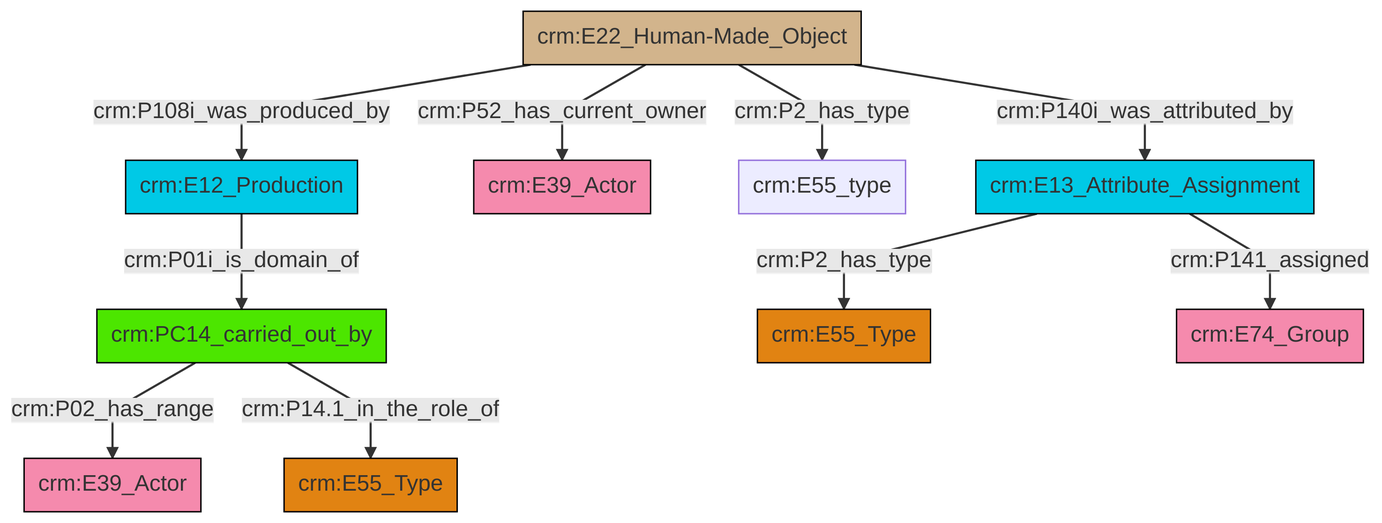
Before: et/builtWorkCSV/ttl/mmd/png/Built_Work_actor_relations.png, a diagram exported from Mermaid (swiss-art-research-net/docs.swissartresearch). Its source is kept beside it as et/builtWorkCSV/ttl/mmd/Built_Work_actor_relations.ttl.mmd.
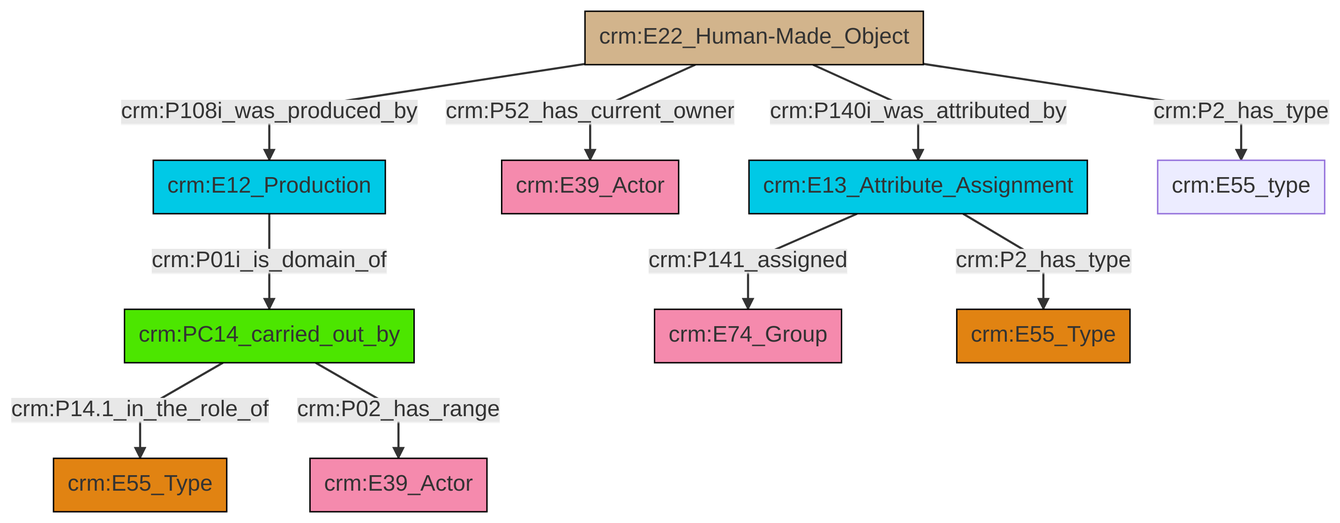
Above is the later version.

What changed in the source:
```diff
@@ -13,12 +13,12 @@
 classDef PC_Classes fill:#4ce600, stroke:#000000;
 classDef Multi fill:#cccccc,stroke:#000000;
 
-2["crm:PC14_carried_out_by"]:::PC_Classes -->|crm:P02_has_range| 3["crm:E39_Actor"]:::Actor
-0["crm:E22_Human-Made_Object"]:::Physical_Thing -->|crm:P140i_was_attributed_by| 4["crm:E13_Attribute_Assignment"]:::Temporal_Entity
-0["crm:E22_Human-Made_Object"]:::Physical_Thing -->|crm:P52_has_current_owner| 5["crm:E39_Actor"]:::Actor
-0["crm:E22_Human-Made_Object"]:::Physical_Thing -->|crm:P2_has_type| 7["crm:E55_type"]:::Default
-0["crm:E22_Human-Made_Object"]:::Physical_Thing -->|crm:P108i_was_produced_by| 9["crm:E12_Production"]:::Temporal_Entity
-9["crm:E12_Production"]:::Temporal_Entity -->|crm:P01i_is_domain_of| 2["crm:PC14_carried_out_by"]:::PC_Classes
-2["crm:PC14_carried_out_by"]:::PC_Classes -->|crm:P14.1_in_the_role_of| 18["crm:E55_Type"]:::Type
-4["crm:E13_Attribute_Assignment"]:::Temporal_Entity -->|crm:P141_assigned| 15["crm:E74_Group"]:::Actor
-4["crm:E13_Attribute_Assignment"]:::Temporal_Entity -->|crm:P2_has_type| 11["crm:E55_Type"]:::Type
+0["crm:E22_Human-Made_Object"]:::Physical_Thing -->|crm:P108i_was_produced_by| 1["crm:E12_Production"]:::Temporal_Entity
+1["crm:E12_Production"]:::Temporal_Entity -->|crm:P01i_is_domain_of| 4["crm:PC14_carried_out_by"]:::PC_Classes
+0["crm:E22_Human-Made_Object"]:::Physical_Thing -->|crm:P52_has_current_owner| 7["crm:E39_Actor"]:::Actor
+13["crm:E13_Attribute_Assignment"]:::Temporal_Entity -->|crm:P2_has_type| 10["crm:E55_Type"]:::Type
+0["crm:E22_Human-Made_Object"]:::Physical_Thing -->|crm:P2_has_type| 14["crm:E55_type"]:::Default
+13["crm:E13_Attribute_Assignment"]:::Temporal_Entity -->|crm:P141_assigned| 5["crm:E74_Group"]:::Actor
+4["crm:PC14_carried_out_by"]:::PC_Classes -->|crm:P14.1_in_the_role_of| 8["crm:E55_Type"]:::Type
+4["crm:PC14_carried_out_by"]:::PC_Classes -->|crm:P02_has_range| 2["crm:E39_Actor"]:::Actor
+0["crm:E22_Human-Made_Object"]:::Physical_Thing -->|crm:P140i_was_attributed_by| 13["crm:E13_Attribute_Assignment"]:::Temporal_Entity
```
